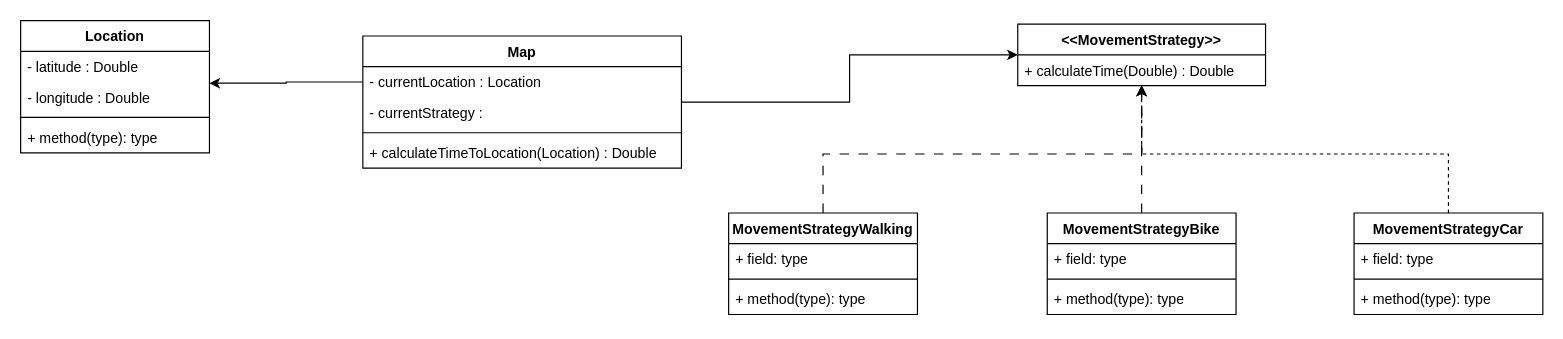
The draw.io diagram strategyPattern/StrategyPattern.drawio in Shinder-S/designPatterns, before the edit. Source tidied: cells renumbered, new cells numbered last; positions are measured from the earlier drawing's top-left corner, leaving out a move shared by most shapes. Both pictures are drawn from the tidied source at 118%, with x=0, y=0 at pixel (20, 20).
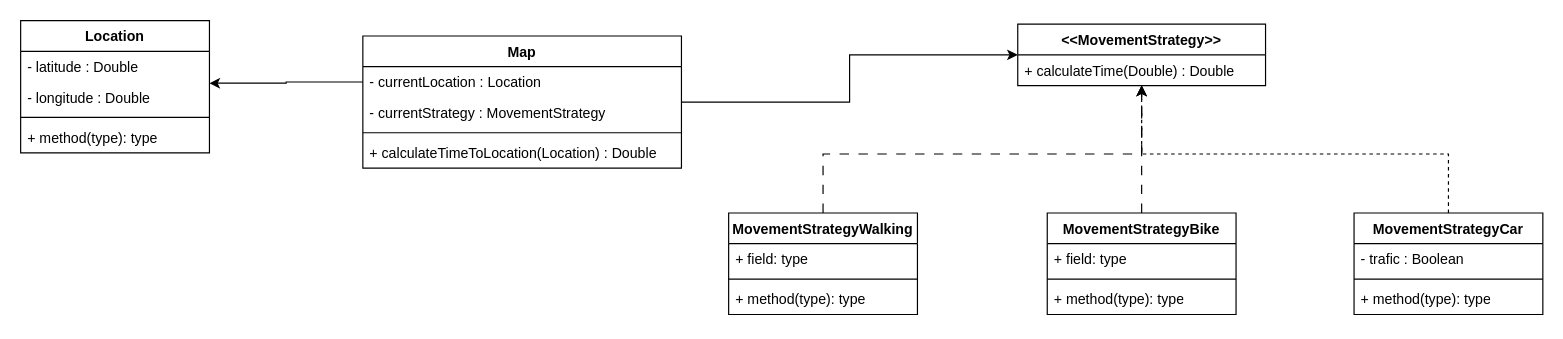
After the change.

The change refers to these unchanged cells:
```xml
<mxCell id="3" value="Map" style="swimlane;fontStyle=1;align=center;verticalAlign=top;horizontal=1;startSize=26;whiteSpace=wrap;html=1;" parent="1" vertex="1">
  <mxGeometry x="290" y="13" width="270" height="112" as="geometry" />
</mxCell>
<mxCell id="27" value="MovementStrategyCar" style="swimlane;fontStyle=1;align=center;verticalAlign=top;horizontal=1;startSize=26;whiteSpace=wrap;html=1;" parent="1" vertex="1">
  <mxGeometry x="1130" y="163" width="160" height="86" as="geometry" />
</mxCell>
```

What changed in the source:
```diff
@@
-    <mxCell id="5" value="- currentStrategy :&amp;nbsp;" style="text;strokeColor=none;fillColor=none;align=left;verticalAlign=top;spacingLeft=4;spacingRight=4;overflow=hidden;whiteSpace=wrap;html=1;" parent="3" vertex="1">
+    <mxCell id="5" value="- currentStrategy : MovementStrategy" style="text;strokeColor=none;fillColor=none;align=left;verticalAlign=top;spacingLeft=4;spacingRight=4;overflow=hidden;whiteSpace=wrap;html=1;" parent="3" vertex="1">
       <mxGeometry y="52" width="270" height="26" as="geometry" />
     </mxCell>
@@
-    <mxCell id="28" value="+ field: type" style="text;strokeColor=none;fillColor=none;align=left;verticalAlign=top;spacingLeft=4;spacingRight=4;overflow=hidden;whiteSpace=wrap;html=1;" parent="27" vertex="1">
+    <mxCell id="28" value="- trafic : Boolean" style="text;strokeColor=none;fillColor=none;align=left;verticalAlign=top;spacingLeft=4;spacingRight=4;overflow=hidden;whiteSpace=wrap;html=1;" parent="27" vertex="1">
       <mxGeometry y="26" width="160" height="26" as="geometry" />
     </mxCell>
```
